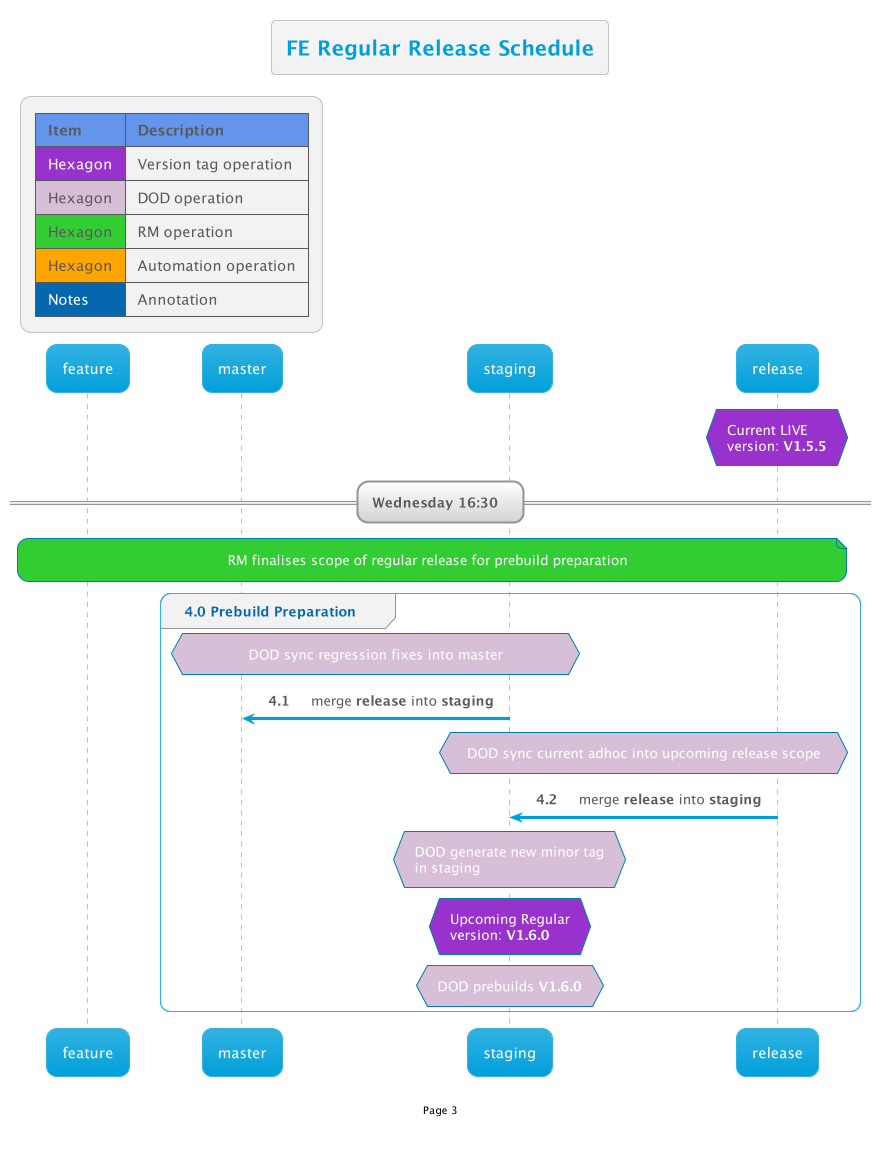
Earlier version of the PlantUML export out/Confluence/SOPWebFE/MergeFlow/3/3.png (thetomitomo/diagrams).
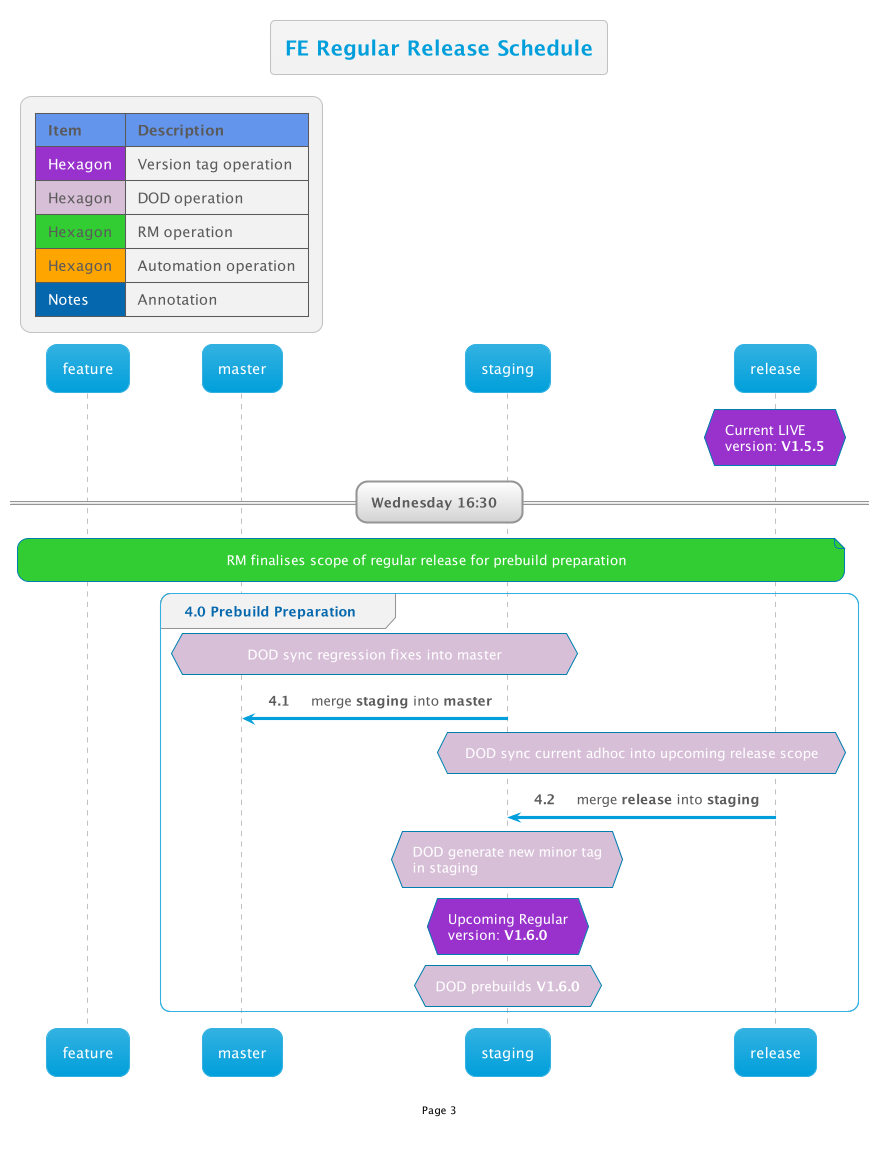
After the change.

Diff of the diagram source:
```diff
@@ -10,7 +10,7 @@
 note over feature,release #LimeGreen: RM finalises scope of regular release for prebuild preparation
 group 4.0 Prebuild Preparation
     hnote over staging,master#Thistle: DOD sync regression fixes into master
-    staging->master: merge **release** into **staging**
+    staging ->master: merge **staging** into **master**
 
     hnote over staging,release#Thistle: DOD sync current adhoc into upcoming release scope
     release->staging: merge **release** into **staging**
```
